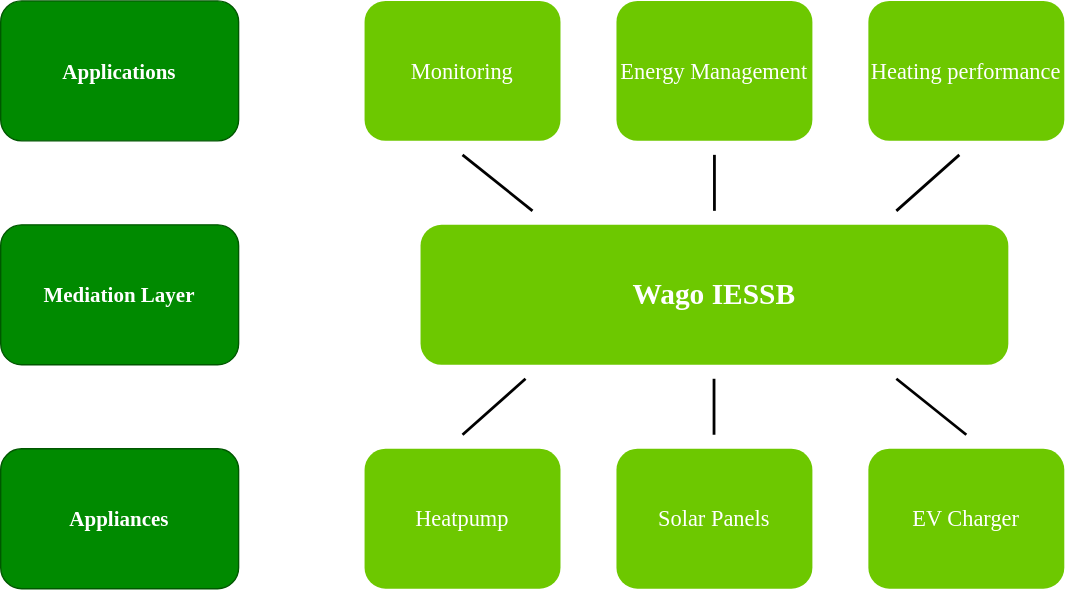
MartinMeyer1/doc-iessb keeps this draw.io diagram as docs/_img/intro/project-overview.drawio.svg. Above is the earlier version. Source tidied: cells renumbered, new cells last; positions are measured from the earlier drawing's top-left corner, leaving out a move shared by most shapes. Its diagram source:
```xml
<mxGraphModel>
  <root>
    <mxCell id="0" />
    <mxCell id="1" parent="0" />
    <mxCell id="2" value="Wago IESSB" style="rounded=1;whiteSpace=wrap;html=1;strokeColor=none;fillColor=#6DC800;fontColor=#ffffff;fontFamily=Tahoma;fontSize=21;fontStyle=1;" parent="1" vertex="1">
      <mxGeometry x="300" y="160" width="420" height="100" as="geometry" />
    </mxCell>
    <mxCell id="3" value="Monitoring" style="rounded=1;whiteSpace=wrap;html=1;strokeColor=none;fillColor=#6DC800;fontColor=#ffffff;fontSize=16;fontFamily=Tahoma;" parent="1" vertex="1">
      <mxGeometry x="260" width="140" height="100" as="geometry" />
    </mxCell>
    <mxCell id="4" value="Energy Management" style="rounded=1;whiteSpace=wrap;html=1;strokeColor=none;fillColor=#6DC800;fontColor=#ffffff;fontSize=16;fontFamily=Tahoma;" parent="1" vertex="1">
      <mxGeometry x="440" width="140" height="100" as="geometry" />
    </mxCell>
    <mxCell id="5" value="Heating performance" style="rounded=1;whiteSpace=wrap;html=1;strokeColor=none;fillColor=#6DC800;fontColor=#ffffff;fontSize=16;fontFamily=Tahoma;" parent="1" vertex="1">
      <mxGeometry x="620" width="140" height="100" as="geometry" />
    </mxCell>
    <mxCell id="6" value="Heatpump" style="rounded=1;whiteSpace=wrap;html=1;strokeColor=none;fillColor=#6DC800;fontColor=#ffffff;fontSize=16;fontFamily=Tahoma;" parent="1" vertex="1">
      <mxGeometry x="260" y="320" width="140" height="100" as="geometry" />
    </mxCell>
    <mxCell id="7" value="Solar Panels" style="rounded=1;whiteSpace=wrap;html=1;strokeColor=none;fillColor=#6DC800;fontColor=#ffffff;fontSize=16;fontFamily=Tahoma;" parent="1" vertex="1">
      <mxGeometry x="440" y="320" width="140" height="100" as="geometry" />
    </mxCell>
    <mxCell id="8" value="EV Charger" style="rounded=1;whiteSpace=wrap;html=1;strokeColor=none;fillColor=#6DC800;fontColor=#ffffff;fontSize=16;fontFamily=Tahoma;" parent="1" vertex="1">
      <mxGeometry x="620" y="320" width="140" height="100" as="geometry" />
    </mxCell>
    <mxCell id="9" value="Applications" style="rounded=1;html=1;strokeColor=#005700;fillColor=#008a00;fontColor=#ffffff;fontFamily=Tahoma;fontSize=15;fontStyle=1;whiteSpace=wrap;" parent="1" vertex="1">
      <mxGeometry width="170" height="100" as="geometry" />
    </mxCell>
    <mxCell id="10" value="Mediation Layer" style="rounded=1;html=1;strokeColor=#005700;fillColor=#008a00;fontColor=#ffffff;fontFamily=Tahoma;fontSize=15;fontStyle=1;whiteSpace=wrap;" parent="1" vertex="1">
      <mxGeometry y="160" width="170" height="100" as="geometry" />
    </mxCell>
    <mxCell id="11" value="Appliances" style="rounded=1;html=1;strokeColor=#005700;fillColor=#008a00;fontColor=#ffffff;fontFamily=Tahoma;fontSize=15;fontStyle=1;whiteSpace=wrap;" parent="1" vertex="1">
      <mxGeometry y="320" width="170" height="100" as="geometry" />
    </mxCell>
    <mxCell id="12" style="endArrow=none;html=1;rounded=0;strokeWidth=2;" parent="1" edge="1">
      <mxGeometry relative="1" as="geometry">
        <mxPoint x="380" y="150" as="sourcePoint" />
        <mxPoint x="330" y="110" as="targetPoint" />
      </mxGeometry>
    </mxCell>
    <mxCell id="13" style="endArrow=none;html=1;rounded=0;strokeWidth=2;" parent="1" edge="1">
      <mxGeometry relative="1" as="geometry">
        <mxPoint x="690" y="310" as="sourcePoint" />
        <mxPoint x="640" y="270" as="targetPoint" />
      </mxGeometry>
    </mxCell>
    <mxCell id="14" style="endArrow=none;html=1;rounded=0;strokeWidth=2;" parent="1" edge="1">
      <mxGeometry relative="1" as="geometry">
        <mxPoint x="330" y="310" as="sourcePoint" />
        <mxPoint x="375" y="270" as="targetPoint" />
      </mxGeometry>
    </mxCell>
    <mxCell id="15" style="endArrow=none;html=1;rounded=0;strokeWidth=2;" parent="1" edge="1">
      <mxGeometry relative="1" as="geometry">
        <mxPoint x="640" y="150" as="sourcePoint" />
        <mxPoint x="685" y="110" as="targetPoint" />
      </mxGeometry>
    </mxCell>
    <mxCell id="16" style="endArrow=none;html=1;rounded=0;strokeWidth=2;" parent="1" edge="1">
      <mxGeometry relative="1" as="geometry">
        <mxPoint x="510" y="150" as="sourcePoint" />
        <mxPoint x="510" y="110" as="targetPoint" />
      </mxGeometry>
    </mxCell>
    <mxCell id="17" style="endArrow=none;html=1;rounded=0;strokeWidth=2;" parent="1" edge="1">
      <mxGeometry relative="1" as="geometry">
        <mxPoint x="509.7" y="310" as="sourcePoint" />
        <mxPoint x="509.7" y="270" as="targetPoint" />
      </mxGeometry>
    </mxCell>
  </root>
</mxGraphModel>
```
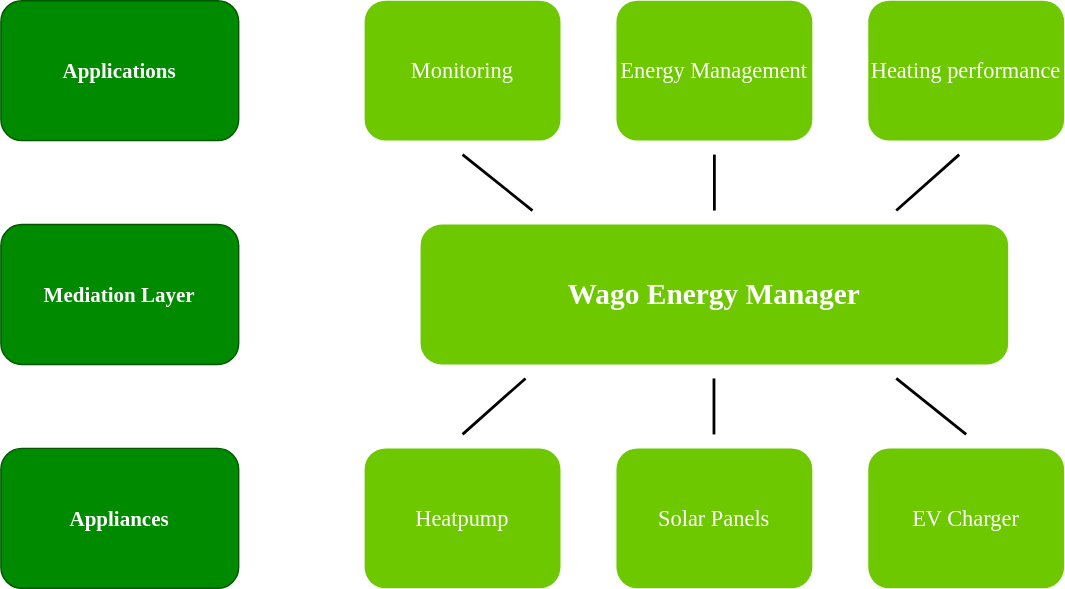
Later version of the same file.

Change to the diagram source:
```diff
@@ -2,7 +2,7 @@
   <root>
     <mxCell id="0" />
     <mxCell id="1" parent="0" />
-    <mxCell id="2" value="Wago IESSB" style="rounded=1;whiteSpace=wrap;html=1;strokeColor=none;fillColor=#6DC800;fontColor=#ffffff;fontFamily=Tahoma;fontSize=21;fontStyle=1;" parent="1" vertex="1">
+    <mxCell id="2" value="Wago Energy Manager" style="rounded=1;whiteSpace=wrap;html=1;strokeColor=none;fillColor=#6DC800;fontColor=#ffffff;fontFamily=Tahoma;fontSize=21;fontStyle=1;" parent="1" vertex="1">
       <mxGeometry x="300" y="160" width="420" height="100" as="geometry" />
     </mxCell>
     <mxCell id="3" value="Monitoring" style="rounded=1;whiteSpace=wrap;html=1;strokeColor=none;fillColor=#6DC800;fontColor=#ffffff;fontSize=16;fontFamily=Tahoma;" parent="1" vertex="1">
```
